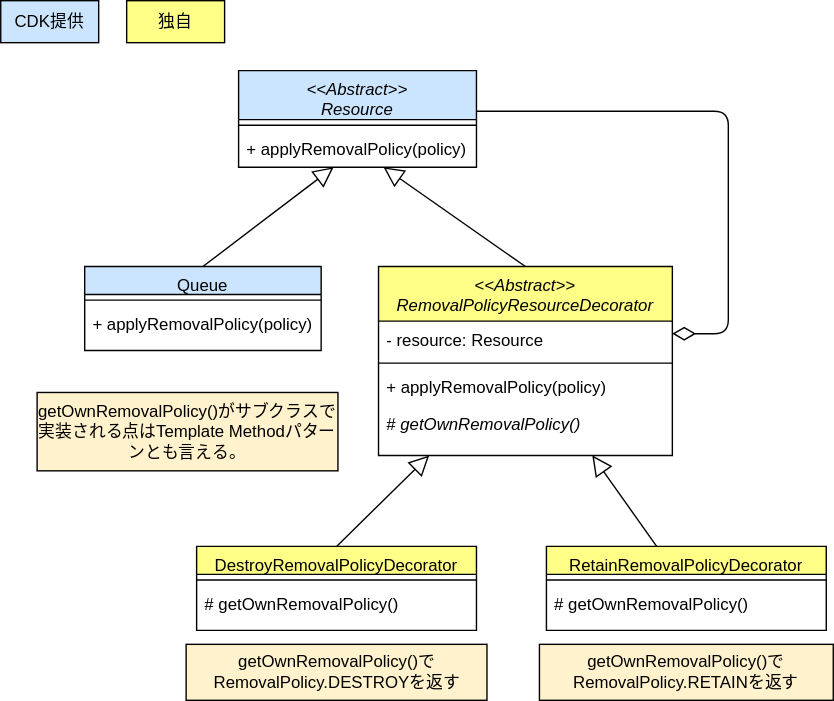
The draw.io diagram drawio/decorator/decorator-cdk-simplified.drawio.svg in go-to-k/cdk-gof-design-pattern, before a commit. Source tidied: cells renumbered, new cells last; positions are measured from the earlier drawing's top-left corner, leaving out a move shared by most shapes.
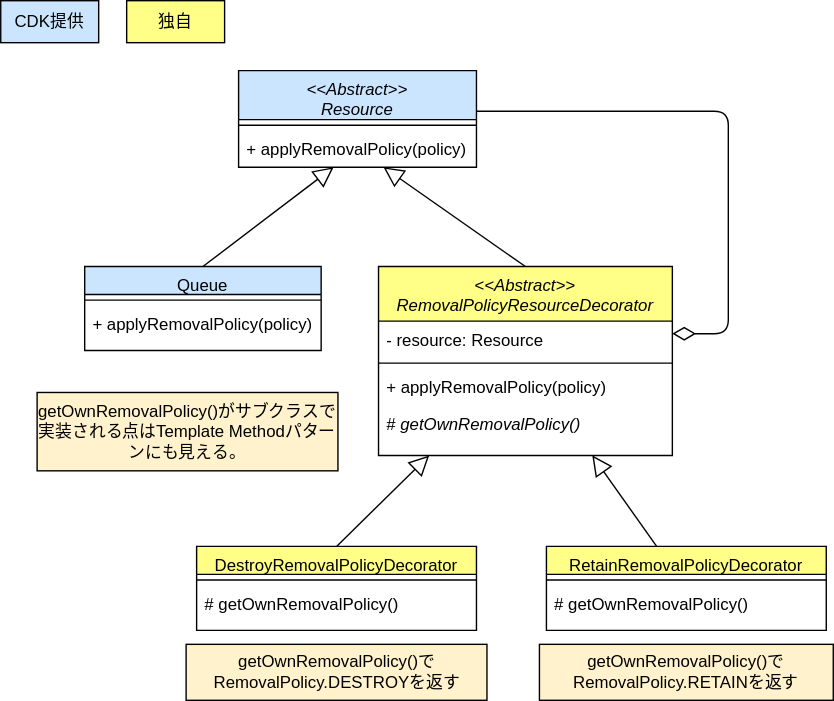
Above is the later version.

Commit message:
update decorator diagram

Diff of the diagram source:
```diff
@@ -85,7 +85,7 @@
     <mxCell id="27" value="CDK提供" style="rounded=0;whiteSpace=wrap;html=1;fillColor=#cce5ff;strokeColor=#000000;fontColor=#000000;" parent="1" vertex="1">
       <mxGeometry width="70" height="30" as="geometry" />
     </mxCell>
-    <mxCell id="28" value="getOwnRemovalPolicy()がサブクラスで実装される点はTemplate Methodパターンとも言える。" style="text;html=1;strokeColor=#000000;fillColor=#fff2cc;align=center;verticalAlign=middle;whiteSpace=wrap;rounded=0;fontColor=#000000;" parent="1" vertex="1">
+    <mxCell id="28" value="getOwnRemovalPolicy()がサブクラスで実装される点はTemplate Methodパターンにも見える。" style="text;html=1;strokeColor=#000000;fillColor=#fff2cc;align=center;verticalAlign=middle;whiteSpace=wrap;rounded=0;fontColor=#000000;" parent="1" vertex="1">
       <mxGeometry x="26" y="280" width="215" height="56" as="geometry" />
     </mxCell>
   </root>
```
